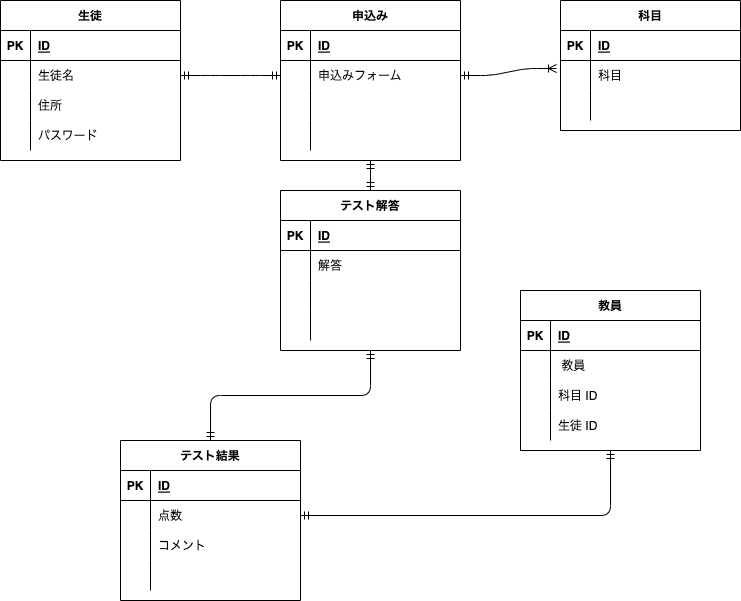
The draw.io diagram test.drawio.png in nishihatakoh/databaseTest, before a commit. Source tidied: cells renumbered, new cells last; positions are measured from the earlier drawing's top-left corner, leaving out a move shared by most shapes.
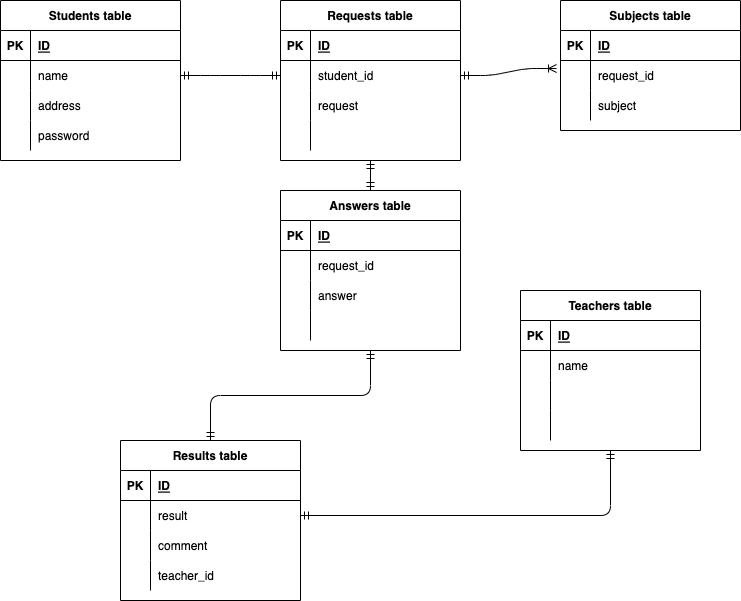
After the commit.

What changed in the source:
```diff
@@ -2,7 +2,7 @@
   <root>
     <mxCell id="0" />
     <mxCell id="1" parent="0" />
-    <mxCell id="2" value="生徒" style="shape=table;startSize=30;rowLines=0;fontStyle=1;align=center;" parent="1" vertex="1">
+    <mxCell id="2" value="Students table" style="shape=table;startSize=30;rowLines=0;fontStyle=1;align=center;" parent="1" vertex="1">
       <mxGeometry width="180" height="160" as="geometry" />
     </mxCell>
     <mxCell id="3" style="shape=partialRectangle;fillColor=none;top=0;left=0;bottom=1;right=0;" parent="2" vertex="1">
@@ -20,7 +20,7 @@
     <mxCell id="7" style="shape=partialRectangle;fillColor=none;top=0;left=0;bottom=0;right=0;overflow=hidden;" parent="6" vertex="1">
       <mxGeometry width="30" height="30" as="geometry" />
     </mxCell>
-    <mxCell id="8" value="生徒名" style="shape=partialRectangle;fillColor=none;top=0;left=0;bottom=0;right=0;align=left;spacingLeft=6;overflow=hidden;" parent="6" vertex="1">
+    <mxCell id="8" value="name" style="shape=partialRectangle;fillColor=none;top=0;left=0;bottom=0;right=0;align=left;spacingLeft=6;overflow=hidden;" parent="6" vertex="1">
       <mxGeometry x="30" width="150" height="30" as="geometry" />
     </mxCell>
     <mxCell id="9" style="shape=partialRectangle;fillColor=none;top=0;left=0;bottom=0;right=0;" parent="2" vertex="1">
@@ -29,7 +29,7 @@
     <mxCell id="10" style="shape=partialRectangle;fillColor=none;top=0;left=0;bottom=0;right=0;overflow=hidden;" parent="9" vertex="1">
       <mxGeometry width="30" height="30" as="geometry" />
     </mxCell>
-    <mxCell id="11" value="住所" style="shape=partialRectangle;fillColor=none;top=0;left=0;bottom=0;right=0;align=left;spacingLeft=6;overflow=hidden;" parent="9" vertex="1">
+    <mxCell id="11" value="address" style="shape=partialRectangle;fillColor=none;top=0;left=0;bottom=0;right=0;align=left;spacingLeft=6;overflow=hidden;" parent="9" vertex="1">
       <mxGeometry x="30" width="150" height="30" as="geometry" />
     </mxCell>
     <mxCell id="12" style="shape=partialRectangle;fillColor=none;top=0;left=0;bottom=0;right=0;" parent="2" vertex="1">
@@ -38,10 +38,10 @@
     <mxCell id="13" style="shape=partialRectangle;fillColor=none;top=0;left=0;bottom=0;right=0;overflow=hidden;" parent="12" vertex="1">
       <mxGeometry width="30" height="30" as="geometry" />
     </mxCell>
-    <mxCell id="14" value="パスワード" style="shape=partialRectangle;fillColor=none;top=0;left=0;bottom=0;right=0;align=left;spacingLeft=6;overflow=hidden;" parent="12" vertex="1">
+    <mxCell id="14" value="password" style="shape=partialRectangle;fillColor=none;top=0;left=0;bottom=0;right=0;align=left;spacingLeft=6;overflow=hidden;" parent="12" vertex="1">
       <mxGeometry x="30" width="150" height="30" as="geometry" />
     </mxCell>
-    <mxCell id="15" value="申込み" style="shape=table;startSize=30;rowLines=0;fontStyle=1;align=center;" parent="1" vertex="1">
+    <mxCell id="15" value="Requests table" style="shape=table;startSize=30;rowLines=0;fontStyle=1;align=center;" parent="1" vertex="1">
       <mxGeometry x="280" width="180" height="160" as="geometry" />
     </mxCell>
     <mxCell id="16" style="shape=partialRectangle;fillColor=none;top=0;left=0;bottom=1;right=0;" parent="15" vertex="1">
@@ -59,7 +59,7 @@
     <mxCell id="20" style="shape=partialRectangle;fillColor=none;top=0;left=0;bottom=0;right=0;overflow=hidden;" parent="19" vertex="1">
       <mxGeometry width="30" height="30" as="geometry" />
     </mxCell>
-    <mxCell id="21" value="申込みフォーム" style="shape=partialRectangle;fillColor=none;top=0;left=0;bottom=0;right=0;align=left;spacingLeft=6;overflow=hidden;" parent="19" vertex="1">
+    <mxCell id="21" value="student_id" style="shape=partialRectangle;fillColor=none;top=0;left=0;bottom=0;right=0;align=left;spacingLeft=6;overflow=hidden;" parent="19" vertex="1">
       <mxGeometry x="30" width="150" height="30" as="geometry" />
     </mxCell>
     <mxCell id="22" style="shape=partialRectangle;fillColor=none;top=0;left=0;bottom=0;right=0;" parent="15" vertex="1">
@@ -68,7 +68,7 @@
     <mxCell id="23" style="shape=partialRectangle;fillColor=none;top=0;left=0;bottom=0;right=0;overflow=hidden;" parent="22" vertex="1">
       <mxGeometry width="30" height="30" as="geometry" />
     </mxCell>
-    <mxCell id="24" style="shape=partialRectangle;fillColor=none;top=0;left=0;bottom=0;right=0;align=left;spacingLeft=6;overflow=hidden;" parent="22" vertex="1">
+    <mxCell id="24" value="request" style="shape=partialRectangle;fillColor=none;top=0;left=0;bottom=0;right=0;align=left;spacingLeft=6;overflow=hidden;" parent="22" vertex="1">
       <mxGeometry x="30" width="150" height="30" as="geometry" />
     </mxCell>
     <mxCell id="25" style="shape=partialRectangle;fillColor=none;top=0;left=0;bottom=0;right=0;" parent="15" vertex="1">
@@ -80,7 +80,7 @@
     <mxCell id="27" style="shape=partialRectangle;fillColor=none;top=0;left=0;bottom=0;right=0;align=left;spacingLeft=6;overflow=hidden;" parent="25" vertex="1">
       <mxGeometry x="30" width="150" height="30" as="geometry" />
     </mxCell>
-    <mxCell id="28" value="テスト結果" style="shape=table;startSize=30;rowLines=0;fontStyle=1;align=center;" parent="1" vertex="1">
+    <mxCell id="28" value="Results table" style="shape=table;startSize=30;rowLines=0;fontStyle=1;align=center;" parent="1" vertex="1">
       <mxGeometry x="120" y="440" width="180" height="160" as="geometry" />
     </mxCell>
     <mxCell id="29" style="shape=partialRectangle;fillColor=none;top=0;left=0;bottom=1;right=0;" parent="28" vertex="1">
@@ -98,7 +98,7 @@
     <mxCell id="33" style="shape=partialRectangle;fillColor=none;top=0;left=0;bottom=0;right=0;overflow=hidden;" parent="32" vertex="1">
       <mxGeometry width="30" height="30" as="geometry" />
     </mxCell>
-    <mxCell id="34" value="点数" style="shape=partialRectangle;fillColor=none;top=0;left=0;bottom=0;right=0;align=left;spacingLeft=6;overflow=hidden;" parent="32" vertex="1">
+    <mxCell id="34" value="result" style="shape=partialRectangle;fillColor=none;top=0;left=0;bottom=0;right=0;align=left;spacingLeft=6;overflow=hidden;" parent="32" vertex="1">
       <mxGeometry x="30" width="150" height="30" as="geometry" />
     </mxCell>
     <mxCell id="35" style="shape=partialRectangle;fillColor=none;top=0;left=0;bottom=0;right=0;" parent="28" vertex="1">
@@ -107,7 +107,7 @@
     <mxCell id="36" style="shape=partialRectangle;fillColor=none;top=0;left=0;bottom=0;right=0;overflow=hidden;" parent="35" vertex="1">
       <mxGeometry width="30" height="30" as="geometry" />
     </mxCell>
-    <mxCell id="37" value="コメント" style="shape=partialRectangle;fillColor=none;top=0;left=0;bottom=0;right=0;align=left;spacingLeft=6;overflow=hidden;" parent="35" vertex="1">
+    <mxCell id="37" value="comment" style="shape=partialRectangle;fillColor=none;top=0;left=0;bottom=0;right=0;align=left;spacingLeft=6;overflow=hidden;" parent="35" vertex="1">
       <mxGeometry x="30" width="150" height="30" as="geometry" />
     </mxCell>
     <mxCell id="38" style="shape=partialRectangle;fillColor=none;top=0;left=0;bottom=0;right=0;" parent="28" vertex="1">
@@ -116,10 +116,10 @@
     <mxCell id="39" style="shape=partialRectangle;fillColor=none;top=0;left=0;bottom=0;right=0;overflow=hidden;" parent="38" vertex="1">
       <mxGeometry width="30" height="30" as="geometry" />
     </mxCell>
-    <mxCell id="40" style="shape=partialRectangle;fillColor=none;top=0;left=0;bottom=0;right=0;align=left;spacingLeft=6;overflow=hidden;" parent="38" vertex="1">
+    <mxCell id="40" value="teacher_id" style="shape=partialRectangle;fillColor=none;top=0;left=0;bottom=0;right=0;align=left;spacingLeft=6;overflow=hidden;" parent="38" vertex="1">
       <mxGeometry x="30" width="150" height="30" as="geometry" />
     </mxCell>
-    <mxCell id="41" value="教員" style="shape=table;startSize=30;rowLines=0;fontStyle=1;align=center;" parent="1" vertex="1">
+    <mxCell id="41" value="Teachers table" style="shape=table;startSize=30;rowLines=0;fontStyle=1;align=center;" parent="1" vertex="1">
       <mxGeometry x="520" y="290" width="180" height="160" as="geometry" />
     </mxCell>
     <mxCell id="42" style="shape=partialRectangle;fillColor=none;top=0;left=0;bottom=1;right=0;" parent="41" vertex="1">
@@ -137,7 +137,7 @@
     <mxCell id="46" style="shape=partialRectangle;fillColor=none;top=0;left=0;bottom=0;right=0;overflow=hidden;" parent="45" vertex="1">
       <mxGeometry width="30" height="30" as="geometry" />
     </mxCell>
-    <mxCell id="47" value=" 教員" style="shape=partialRectangle;fillColor=none;top=0;left=0;bottom=0;right=0;align=left;spacingLeft=6;overflow=hidden;" parent="45" vertex="1">
+    <mxCell id="47" value="name" style="shape=partialRectangle;fillColor=none;top=0;left=0;bottom=0;right=0;align=left;spacingLeft=6;overflow=hidden;" parent="45" vertex="1">
       <mxGeometry x="30" width="150" height="30" as="geometry" />
     </mxCell>
     <mxCell id="48" style="shape=partialRectangle;fillColor=none;top=0;left=0;bottom=0;right=0;" parent="41" vertex="1">
@@ -146,7 +146,7 @@
     <mxCell id="49" style="shape=partialRectangle;fillColor=none;top=0;left=0;bottom=0;right=0;overflow=hidden;" parent="48" vertex="1">
       <mxGeometry width="30" height="30" as="geometry" />
     </mxCell>
-    <mxCell id="50" value="科目 ID" style="shape=partialRectangle;fillColor=none;top=0;left=0;bottom=0;right=0;align=left;spacingLeft=6;overflow=hidden;" parent="48" vertex="1">
+    <mxCell id="50" style="shape=partialRectangle;fillColor=none;top=0;left=0;bottom=0;right=0;align=left;spacingLeft=6;overflow=hidden;" parent="48" vertex="1">
       <mxGeometry x="30" width="150" height="30" as="geometry" />
     </mxCell>
     <mxCell id="51" style="shape=partialRectangle;fillColor=none;top=0;left=0;bottom=0;right=0;" parent="41" vertex="1">
@@ -155,7 +155,7 @@
     <mxCell id="52" style="shape=partialRectangle;fillColor=none;top=0;left=0;bottom=0;right=0;overflow=hidden;" parent="51" vertex="1">
       <mxGeometry width="30" height="30" as="geometry" />
     </mxCell>
-    <mxCell id="53" value="生徒 ID" style="shape=partialRectangle;fillColor=none;top=0;left=0;bottom=0;right=0;align=left;spacingLeft=6;overflow=hidden;" parent="51" vertex="1">
+    <mxCell id="53" style="shape=partialRectangle;fillColor=none;top=0;left=0;bottom=0;right=0;align=left;spacingLeft=6;overflow=hidden;" parent="51" vertex="1">
       <mxGeometry x="30" width="150" height="30" as="geometry" />
     </mxCell>
     <mxCell id="54" style="shape=partialRectangle;fillColor=none;top=0;left=0;bottom=0;right=0;" parent="1" vertex="1">
@@ -170,7 +170,7 @@
     <mxCell id="57" style="edgeStyle=orthogonalEdgeStyle;fontSize=12;html=1;endArrow=ERmandOne;startArrow=ERmandOne;exitX=1;exitY=0.5;exitDx=0;exitDy=0;entryX=0.5;entryY=1;entryDx=0;entryDy=0;" parent="1" edge="1" source="32" target="41">
       <mxGeometry relative="1" as="geometry" />
     </mxCell>
-    <mxCell id="58" value="テスト解答" style="shape=table;startSize=30;rowLines=0;fontStyle=1;align=center;" parent="1" vertex="1">
+    <mxCell id="58" value="Answers table" style="shape=table;startSize=30;rowLines=0;fontStyle=1;align=center;" parent="1" vertex="1">
       <mxGeometry x="280" y="190" width="180" height="160" as="geometry" />
     </mxCell>
     <mxCell id="59" style="shape=partialRectangle;fillColor=none;top=0;left=0;bottom=1;right=0;" parent="58" vertex="1">
@@ -188,7 +188,7 @@
     <mxCell id="63" style="shape=partialRectangle;fillColor=none;top=0;left=0;bottom=0;right=0;overflow=hidden;" parent="62" vertex="1">
       <mxGeometry width="30" height="30" as="geometry" />
     </mxCell>
-    <mxCell id="64" value="解答" style="shape=partialRectangle;fillColor=none;top=0;left=0;bottom=0;right=0;align=left;spacingLeft=6;overflow=hidden;" parent="62" vertex="1">
+    <mxCell id="64" value="request_id" style="shape=partialRectangle;fillColor=none;top=0;left=0;bottom=0;right=0;align=left;spacingLeft=6;overflow=hidden;" parent="62" vertex="1">
       <mxGeometry x="30" width="150" height="30" as="geometry" />
     </mxCell>
     <mxCell id="65" style="shape=partialRectangle;fillColor=none;top=0;left=0;bottom=0;right=0;" parent="58" vertex="1">
@@ -197,7 +197,7 @@
     <mxCell id="66" style="shape=partialRectangle;fillColor=none;top=0;left=0;bottom=0;right=0;overflow=hidden;" parent="65" vertex="1">
       <mxGeometry width="30" height="30" as="geometry" />
     </mxCell>
-    <mxCell id="67" style="shape=partialRectangle;fillColor=none;top=0;left=0;bottom=0;right=0;align=left;spacingLeft=6;overflow=hidden;" parent="65" vertex="1">
+    <mxCell id="67" value="answer" style="shape=partialRectangle;fillColor=none;top=0;left=0;bottom=0;right=0;align=left;spacingLeft=6;overflow=hidden;" parent="65" vertex="1">
       <mxGeometry x="30" width="150" height="30" as="geometry" />
     </mxCell>
     <mxCell id="68" style="shape=partialRectangle;fillColor=none;top=0;left=0;bottom=0;right=0;" parent="58" vertex="1">
@@ -215,7 +215,7 @@
     <mxCell id="72" style="fontSize=12;html=1;endArrow=ERmandOne;startArrow=ERmandOne;entryX=0.5;entryY=1;entryDx=0;entryDy=0;exitX=0.5;exitY=0;exitDx=0;exitDy=0;edgeStyle=orthogonalEdgeStyle;" parent="1" edge="1" source="28" target="58">
       <mxGeometry relative="1" as="geometry" />
     </mxCell>
-    <mxCell id="73" value="科目" style="shape=table;startSize=30;rowLines=0;fontStyle=1;align=center;" parent="1" vertex="1">
+    <mxCell id="73" value="Subjects table" style="shape=table;startSize=30;rowLines=0;fontStyle=1;align=center;" parent="1" vertex="1">
       <mxGeometry x="560" width="180" height="130" as="geometry" />
     </mxCell>
     <mxCell id="74" style="shape=partialRectangle;fillColor=none;top=0;left=0;bottom=1;right=0;" parent="73" vertex="1">
@@ -233,7 +233,7 @@
     <mxCell id="78" style="shape=partialRectangle;fillColor=none;top=0;left=0;bottom=0;right=0;overflow=hidden;" parent="77" vertex="1">
       <mxGeometry width="30" height="30" as="geometry" />
     </mxCell>
-    <mxCell id="79" value="科目" style="shape=partialRectangle;fillColor=none;top=0;left=0;bottom=0;right=0;align=left;spacingLeft=6;overflow=hidden;" parent="77" vertex="1">
+    <mxCell id="79" value="request_id" style="shape=partialRectangle;fillColor=none;top=0;left=0;bottom=0;right=0;align=left;spacingLeft=6;overflow=hidden;" parent="77" vertex="1">
       <mxGeometry x="30" width="150" height="30" as="geometry" />
     </mxCell>
     <mxCell id="80" style="shape=partialRectangle;fillColor=none;top=0;left=0;bottom=0;right=0;" parent="73" vertex="1">
@@ -242,7 +242,7 @@
     <mxCell id="81" style="shape=partialRectangle;fillColor=none;top=0;left=0;bottom=0;right=0;overflow=hidden;" parent="80" vertex="1">
       <mxGeometry width="30" height="30" as="geometry" />
     </mxCell>
-    <mxCell id="82" style="shape=partialRectangle;fillColor=none;top=0;left=0;bottom=0;right=0;align=left;spacingLeft=6;overflow=hidden;" parent="80" vertex="1">
+    <mxCell id="82" value="subject" style="shape=partialRectangle;fillColor=none;top=0;left=0;bottom=0;right=0;align=left;spacingLeft=6;overflow=hidden;" parent="80" vertex="1">
       <mxGeometry x="30" width="150" height="30" as="geometry" />
     </mxCell>
     <mxCell id="83" style="edgeStyle=entityRelationEdgeStyle;fontSize=12;html=1;endArrow=ERoneToMany;startArrow=ERmandOne;entryX=-0.022;entryY=0.267;entryDx=0;entryDy=0;entryPerimeter=0;exitX=1;exitY=0.5;exitDx=0;exitDy=0;" parent="1" edge="1" source="19" target="77">
```
